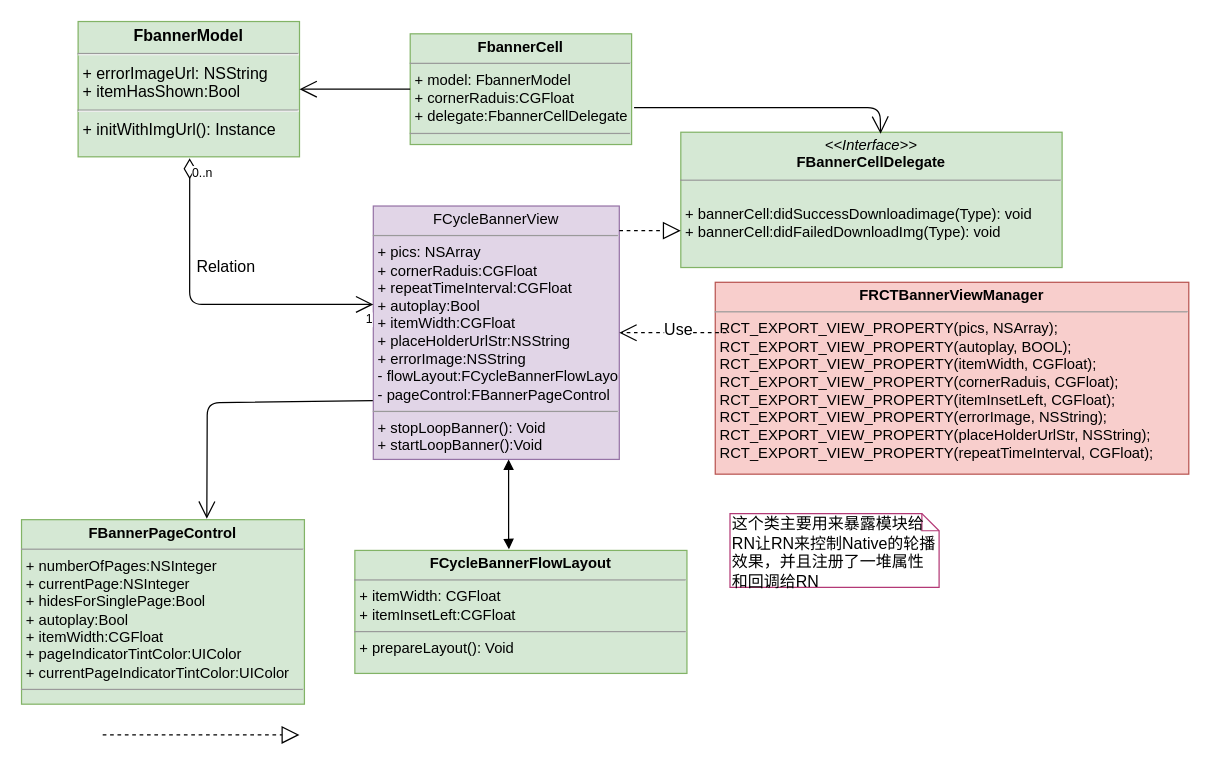
This is CycleBanner.drawio from WymanY/draw.io, a draw.io file, before an edit. Source tidied: cells renumbered, new cells numbered last; positions are measured from the earlier drawing's top-left corner, leaving out a move shared by most shapes. Both pictures are drawn from the tidied source at 123%, with x=0, y=0 at pixel (21, 21).
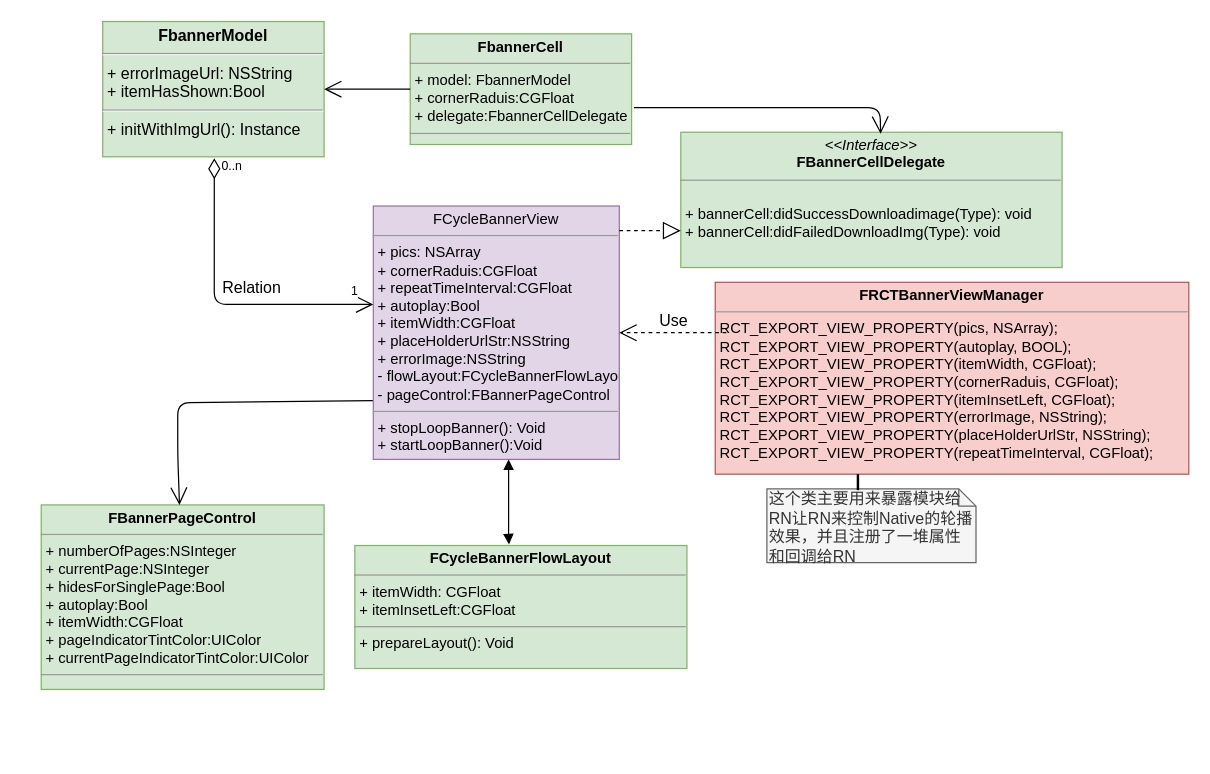
The same diagram, later.

The change refers to these unchanged cells:
```xml
<mxCell id="2" value="&lt;p style=&quot;margin: 0px ; margin-top: 4px ; text-align: center&quot;&gt;FCycleBannerView&lt;/p&gt;&lt;hr size=&quot;1&quot;&gt;&lt;p style=&quot;margin: 0px ; margin-left: 4px&quot;&gt;+ pics: NSArray&lt;/p&gt;&lt;p style=&quot;margin: 0px ; margin-left: 4px&quot;&gt;&lt;span&gt;+ cornerRaduis:CGFloat&lt;/span&gt;&lt;br&gt;&lt;/p&gt;&lt;p style=&quot;margin: 0px ; margin-left: 4px&quot;&gt;+ repeatTimeInterval:CGFloat&lt;br&gt;&lt;/p&gt;&lt;p style=&quot;margin: 0px ; margin-left: 4px&quot;&gt;+ autoplay:Bool&lt;/p&gt;&lt;p style=&quot;margin: 0px ; margin-left: 4px&quot;&gt;+ itemWidth:CGFloat&lt;/p&gt;&lt;p style=&quot;margin: 0px ; margin-left: 4px&quot;&gt;+ placeHolderUrlStr:NSString&lt;/p&gt;&lt;p style=&quot;margin: 0px ; margin-left: 4px&quot;&gt;+ errorImage:NSString&lt;/p&gt;&lt;p style=&quot;margin: 0px ; margin-left: 4px&quot;&gt;-&amp;nbsp;flowLayout:FCycleBannerFlowLayout&lt;/p&gt;&lt;p style=&quot;margin: 0px ; margin-left: 4px&quot;&gt;-&amp;nbsp;pageControl:FBannerPageControl&lt;/p&gt;&lt;hr size=&quot;1&quot;&gt;&lt;p style=&quot;margin: 0px ; margin-left: 4px&quot;&gt;+ stopLoopBanner(): Void&lt;/p&gt;&lt;p style=&quot;margin: 0px ; margin-left: 4px&quot;&gt;+ startLoopBanner():Void&lt;/p&gt;" style="verticalAlign=top;align=left;overflow=fill;fontSize=12;fontFamily=Helvetica;html=1;fillColor=#e1d5e7;strokeColor=#9673a6;flipV=0;flipH=0;direction=south;" parent="1" vertex="1">
  <mxGeometry x="286" y="150" width="200" height="206" as="geometry" />
</mxCell>
```

The edit, as a diff of the source:
```diff
@@
     <mxCell id="3" value="&lt;p style=&quot;margin: 0px ; margin-top: 4px ; text-align: center&quot;&gt;&lt;span style=&quot;text-align: left&quot;&gt;&lt;b&gt;FCycleBannerFlowLayout&lt;/b&gt;&lt;/span&gt;&lt;br&gt;&lt;/p&gt;&lt;hr size=&quot;1&quot;&gt;&lt;p style=&quot;margin: 0px ; margin-left: 4px&quot;&gt;+ itemWidth: CGFloat&lt;/p&gt;&lt;p style=&quot;margin: 0px ; margin-left: 4px&quot;&gt;+&amp;nbsp;itemInsetLeft:CGFloat&lt;/p&gt;&lt;hr size=&quot;1&quot;&gt;&lt;p style=&quot;margin: 0px ; margin-left: 4px&quot;&gt;+ prepareLayout(): Void&lt;/p&gt;" style="verticalAlign=top;align=left;overflow=fill;fontSize=12;fontFamily=Helvetica;html=1;fillColor=#d5e8d4;strokeColor=#82b366;" parent="1" vertex="1">
-      <mxGeometry x="271" y="430" width="270" height="100" as="geometry" />
+      <mxGeometry x="271" y="426" width="270" height="100" as="geometry" />
     </mxCell>
     <mxCell id="4" value="&lt;p style=&quot;margin: 0px ; margin-top: 4px ; text-align: center&quot;&gt;&lt;b&gt;FBannerPageControl&lt;/b&gt;&lt;/p&gt;&lt;hr size=&quot;1&quot;&gt;&lt;p style=&quot;margin: 0px ; margin-left: 4px&quot;&gt;+ numberOfPages:NSInteger&lt;/p&gt;&lt;p style=&quot;margin: 0px ; margin-left: 4px&quot;&gt;&lt;span&gt;+ currentPage:NSInteger&lt;/span&gt;&lt;/p&gt;&lt;p style=&quot;margin: 0px ; margin-left: 4px&quot;&gt;+ hidesForSinglePage:Bool&lt;br&gt;&lt;/p&gt;&lt;p style=&quot;margin: 0px ; margin-left: 4px&quot;&gt;+ autoplay:Bool&lt;/p&gt;&lt;p style=&quot;margin: 0px ; margin-left: 4px&quot;&gt;+ itemWidth:CGFloat&lt;/p&gt;&lt;p style=&quot;margin: 0px ; margin-left: 4px&quot;&gt;+ pageIndicatorTintColor:UIColor&lt;/p&gt;&lt;p style=&quot;margin: 0px ; margin-left: 4px&quot;&gt;+ currentPageIndicatorTintColor:UIColor&lt;/p&gt;&lt;hr size=&quot;1&quot;&gt;&lt;p style=&quot;margin: 0px ; margin-left: 4px&quot;&gt;&lt;br&gt;&lt;/p&gt;" style="verticalAlign=top;align=left;overflow=fill;fontSize=12;fontFamily=Helvetica;html=1;fillColor=#d5e8d4;strokeColor=#82b366;flipV=0;flipH=0;" parent="1" vertex="1">
-      <mxGeometry y="405" width="230" height="150" as="geometry" />
+      <mxGeometry x="16" y="393" width="230" height="150" as="geometry" />
     </mxCell>
     <mxCell id="5" value="&lt;p style=&quot;margin: 4px 0px 0px; text-align: center; font-size: 13px;&quot;&gt;&lt;b style=&quot;font-size: 13px;&quot;&gt;FbannerModel&lt;/b&gt;&lt;/p&gt;&lt;hr style=&quot;font-size: 13px;&quot;&gt;&lt;p style=&quot;margin: 0px 0px 0px 4px; font-size: 13px;&quot;&gt;+ errorImageUrl: NSString&lt;/p&gt;&lt;p style=&quot;margin: 0px 0px 0px 4px; font-size: 13px;&quot;&gt;+&amp;nbsp;itemHasShown:Bool&lt;/p&gt;&lt;hr style=&quot;font-size: 13px;&quot;&gt;&lt;p style=&quot;margin: 0px 0px 0px 4px; font-size: 13px;&quot;&gt;+ initWithImgUrl(): Instance&lt;/p&gt;" style="verticalAlign=top;align=left;overflow=fill;fontSize=13;fontFamily=Helvetica;html=1;fillColor=#d5e8d4;strokeColor=#82b366;" parent="1" vertex="1">
-      <mxGeometry x="46" width="180" height="110" as="geometry" />
+      <mxGeometry x="66" width="180" height="110" as="geometry" />
     </mxCell>
@@
     <mxCell id="7" value="Relation" style="endArrow=open;html=1;endSize=12;startArrow=diamondThin;startSize=14;startFill=0;edgeStyle=orthogonalEdgeStyle;fontSize=13;exitX=0.504;exitY=1.011;exitDx=0;exitDy=0;exitPerimeter=0;" parent="1" edge="1" source="5" target="2">
-      <mxGeometry x="-0.34" y="29" relative="1" as="geometry">
+      <mxGeometry x="-0.15" y="30" relative="1" as="geometry">
         <Array as="points">
-          <mxPoint x="137" y="230" />
+          <mxPoint x="157" y="230" />
         </Array>
       </mxGeometry>
     </mxCell>
     <mxCell id="8" value="0..n" style="html=1;align=left;verticalAlign=top;labelBackgroundColor=#ffffff;fontSize=10;" parent="7" vertex="1">
-      <mxGeometry x="-1" relative="1" as="geometry" />
+      <mxGeometry x="-1" relative="1" as="geometry">
+        <mxPoint x="4" y="-6" as="offset" />
+      </mxGeometry>
     </mxCell>
     <mxCell id="9" value="1" style="html=1;align=right;verticalAlign=top;labelBackgroundColor=#ffffff;fontSize=10;" parent="7" vertex="1">
-      <mxGeometry x="1" relative="1" as="geometry" />
+      <mxGeometry x="1" relative="1" as="geometry">
+        <mxPoint x="-12" y="-23" as="offset" />
+      </mxGeometry>
     </mxCell>
@@
-    <mxCell id="16" value="这个类主要用来暴露模块给RN让RN来控制Native的轮播效果，并且注册了一堆属性和回调给RN" style="shape=note;whiteSpace=wrap;html=1;size=14;verticalAlign=top;align=left;spacingTop=-6;strokeColor=#B33976;fontSize=13;" parent="1" vertex="1">
-      <mxGeometry x="576" y="400" width="170" height="60" as="geometry" />
+    <mxCell id="16" value="这个类主要用来暴露模块给RN让RN来控制Native的轮播效果，并且注册了一堆属性和回调给RN" style="shape=note;whiteSpace=wrap;html=1;size=14;verticalAlign=top;align=left;spacingTop=-6;strokeColor=#666666;fontSize=13;fillColor=#f5f5f5;fontColor=#333333;" parent="1" vertex="1">
+      <mxGeometry x="606" y="380" width="170" height="60" as="geometry" />
     </mxCell>
     <mxCell id="17" value="Use" style="endArrow=open;endSize=12;dashed=1;html=1;fontSize=13;" parent="1" edge="1" target="2">
-      <mxGeometry x="-0.1" y="-3" relative="1" as="geometry">
+      <mxGeometry x="-0.01" y="-10" relative="1" as="geometry">
         <mxPoint x="573" y="253" as="sourcePoint" />
         <Array as="points">
           <mxPoint x="536" y="253" />
           <mxPoint x="506" y="253" />
         </Array>
       </mxGeometry>
     </mxCell>
-    <mxCell id="18" style="endArrow=open;endFill=1;endSize=12;html=1;fontSize=13;exitX=0.768;exitY=1.002;exitDx=0;exitDy=0;exitPerimeter=0;entryX=0.655;entryY=-0.005;entryDx=0;entryDy=0;entryPerimeter=0;" parent="1" edge="1" source="2" target="4">
+    <mxCell id="18" style="endArrow=open;endFill=1;endSize=12;html=1;fontSize=13;exitX=0.768;exitY=1.002;exitDx=0;exitDy=0;exitPerimeter=0;" parent="1" edge="1" source="2" target="4">
       <mxGeometry relative="1" as="geometry">
         <Array as="points">
-          <mxPoint x="151" y="310" />
+          <mxPoint x="127" y="310" />
+          <mxPoint x="127" y="352" />
         </Array>
       </mxGeometry>
     </mxCell>
-    <mxCell id="19" style="endArrow=block;dashed=1;endFill=0;endSize=12;html=1;fontSize=13;" parent="1" edge="1">
-      <mxGeometry relative="1" as="geometry">
-        <mxPoint x="66" y="580" as="sourcePoint" />
-        <mxPoint x="226" y="580" as="targetPoint" />
-      </mxGeometry>
-    </mxCell>
+    <mxCell id="20" style="line;strokeWidth=2;direction=south;html=1;" parent="1" vertex="1">
+      <mxGeometry x="675" y="368" width="10" height="13" as="geometry" />
+    </mxCell>
```
